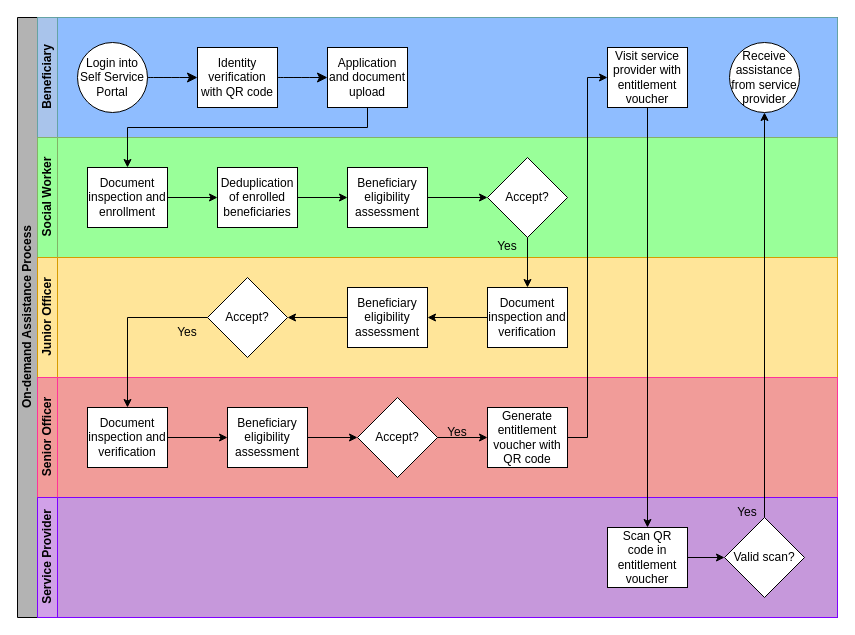
Before: .gitbook/assets/on-demand-assistance.drawio in OpenG2P/openg2p-documentation, a draw.io diagram. Source tidied: cells renumbered, new cells numbered last; positions are measured from the earlier drawing's top-left corner, leaving out a move shared by most shapes. Both pictures are drawn from the tidied source at 100%, with x=0, y=0 at pixel (17, 17).
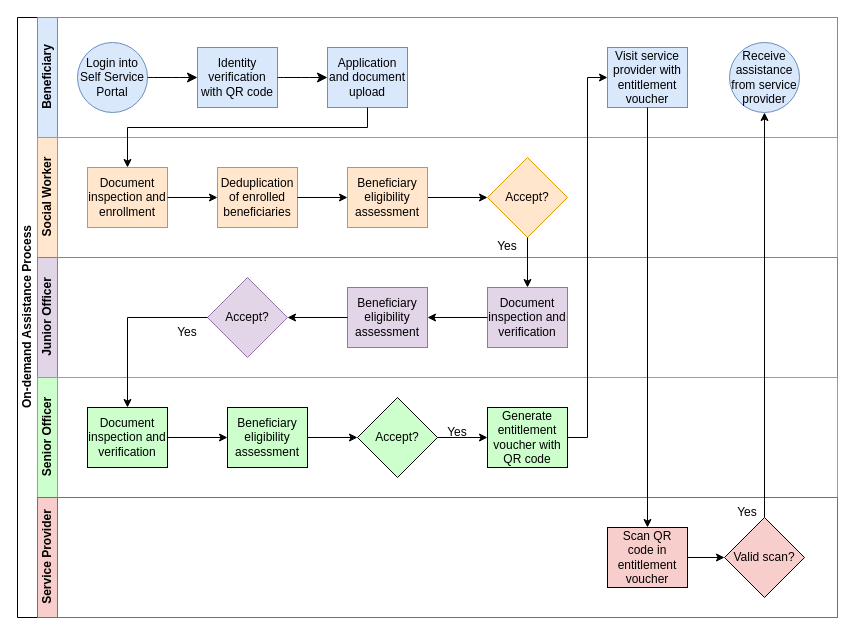
The same diagram, later.

The change refers to these unchanged cells:
```xml
<mxCell id="2" style="group;" parent="1" vertex="1">
  <mxGeometry width="820" height="600" as="geometry" />
</mxCell>
```

Diff of the diagram source:
```diff
@@
-    <mxCell id="3" value="On-demand Assistance Process" style="swimlane;html=1;horizontal=0;startSize=20;fillColor=#B3B3B3;swimlaneFillColor=default;" parent="2" vertex="1">
+    <mxCell id="3" value="On-demand Assistance Process" style="swimlane;html=1;horizontal=0;startSize=20;fillColor=#FFFFFF;swimlaneFillColor=default;" parent="2" vertex="1">
       <mxGeometry width="820" height="600" as="geometry" />
     </mxCell>
-    <mxCell id="4" value="Beneficiary" style="swimlane;html=1;startSize=20;horizontal=0;fillColor=#A9C4EB;strokeColor=#65a3a4;labelBackgroundColor=none;swimlaneFillColor=#8FBDFF;" parent="2" vertex="1">
+    <mxCell id="4" value="Beneficiary" style="swimlane;html=1;startSize=20;horizontal=0;fillColor=#dae8fc;strokeColor=#6c8ebf;labelBackgroundColor=none;swimlaneFillColor=#FFFFFF;" parent="2" vertex="1">
       <mxGeometry x="20" width="800" height="120" as="geometry" />
     </mxCell>
-    <mxCell id="5" value="Social Worker" style="swimlane;html=1;startSize=20;horizontal=0;fillColor=#99FF99;strokeColor=#82B366;swimlaneFillColor=#99FF99;" parent="2" vertex="1">
+    <mxCell id="5" value="Social Worker" style="swimlane;html=1;startSize=20;horizontal=0;fillColor=#ffe6cc;strokeColor=#d79b00;swimlaneFillColor=#FFFFFF;" parent="2" vertex="1">
       <mxGeometry x="20" y="120" width="800" height="120" as="geometry" />
     </mxCell>
-    <mxCell id="6" value="Junior Officer" style="swimlane;html=1;startSize=20;horizontal=0;fillColor=#FFE599;strokeColor=#D79B00;swimlaneFillColor=#FFE599;" parent="2" vertex="1">
+    <mxCell id="6" value="Junior Officer" style="swimlane;html=1;startSize=20;horizontal=0;fillColor=#e1d5e7;strokeColor=#9673a6;swimlaneFillColor=#FFFFFF;" parent="2" vertex="1">
       <mxGeometry x="20" y="240" width="800" height="120" as="geometry" />
     </mxCell>
-    <mxCell id="7" value="Senior Officer" style="swimlane;html=1;startSize=20;horizontal=0;swimlaneFillColor=#F19C99;fillColor=#F19C99;strokeColor=#FF3399;" parent="2" vertex="1">
+    <mxCell id="7" value="Senior Officer" style="swimlane;html=1;startSize=20;horizontal=0;swimlaneFillColor=#FFFFFF;fillColor=#CCFFCC;strokeColor=#82b366;" parent="2" vertex="1">
       <mxGeometry x="20" y="360" width="800" height="120" as="geometry" />
     </mxCell>
-    <mxCell id="8" value="Service Provider" style="swimlane;html=1;startSize=20;horizontal=0;fillColor=#D1A1E8;swimlaneFillColor=#C698DB;strokeColor=#7F00FF;" parent="2" vertex="1">
+    <mxCell id="8" value="Service Provider" style="swimlane;html=1;startSize=20;horizontal=0;fillColor=#F8CECC;swimlaneFillColor=#FFFFFF;strokeColor=#b85450;" parent="2" vertex="1">
       <mxGeometry x="20" y="480" width="800" height="120" as="geometry" />
     </mxCell>
-    <mxCell id="9" value="Login into Self Service Portal" style="ellipse;whiteSpace=wrap;html=1;" parent="2" vertex="1">
+    <mxCell id="9" value="Login into Self Service Portal" style="ellipse;whiteSpace=wrap;html=1;fillColor=#dae8fc;strokeColor=#6c8ebf;" parent="2" vertex="1">
       <mxGeometry x="60" y="25" width="70" height="70" as="geometry" />
     </mxCell>
-    <mxCell id="10" value="Identity verification with QR code" style="rounded=0;whiteSpace=wrap;html=1;fontFamily=Helvetica;fontSize=12;fontColor=#000000;align=center;" parent="2" vertex="1">
+    <mxCell id="10" value="Identity verification with QR code" style="rounded=0;whiteSpace=wrap;html=1;fontFamily=Helvetica;fontSize=12;align=center;fillColor=#dae8fc;strokeColor=#6c8ebf;" parent="2" vertex="1">
       <mxGeometry x="180" y="30" width="80" height="60" as="geometry" />
     </mxCell>
@@
-    <mxCell id="12" value="Application and document upload" style="rounded=0;whiteSpace=wrap;html=1;fontFamily=Helvetica;fontSize=12;fontColor=#000000;align=center;" parent="2" vertex="1">
+    <mxCell id="12" value="Application and document upload" style="rounded=0;whiteSpace=wrap;html=1;fontFamily=Helvetica;fontSize=12;align=center;fillColor=#dae8fc;strokeColor=#6c8ebf;" parent="2" vertex="1">
       <mxGeometry x="310" y="30" width="80" height="60" as="geometry" />
     </mxCell>
@@
-    <mxCell id="14" value="Receive assistance from service provider" style="ellipse;whiteSpace=wrap;html=1;" parent="2" vertex="1">
+    <mxCell id="14" value="Receive assistance from service provider" style="ellipse;whiteSpace=wrap;html=1;fillColor=#dae8fc;strokeColor=#6c8ebf;" parent="2" vertex="1">
       <mxGeometry x="712" y="25" width="70" height="70" as="geometry" />
     </mxCell>
-    <mxCell id="15" value="Visit service provider with entitlement voucher" style="rounded=0;whiteSpace=wrap;html=1;fontFamily=Helvetica;fontSize=12;fontColor=#000000;align=center;" parent="2" vertex="1">
+    <mxCell id="15" value="Visit service provider with entitlement voucher" style="rounded=0;whiteSpace=wrap;html=1;fontFamily=Helvetica;fontSize=12;align=center;fillColor=#dae8fc;strokeColor=#6c8ebf;" parent="2" vertex="1">
       <mxGeometry x="590" y="30" width="80" height="60" as="geometry" />
     </mxCell>
-    <mxCell id="16" value="Document inspection and enrollment" style="rounded=0;whiteSpace=wrap;html=1;fontFamily=Helvetica;fontSize=12;fontColor=#000000;align=center;" parent="2" vertex="1">
+    <mxCell id="16" value="Document inspection and enrollment" style="rounded=0;whiteSpace=wrap;html=1;fontFamily=Helvetica;fontSize=12;align=center;fillColor=#ffe6cc;strokeColor=#d79b00;" parent="2" vertex="1">
       <mxGeometry x="70" y="150" width="80" height="60" as="geometry" />
     </mxCell>
@@
-    <mxCell id="18" value="Accept?" style="rhombus;whiteSpace=wrap;html=1;fontFamily=Helvetica;fontSize=12;fontColor=#000000;align=center;" parent="2" vertex="1">
+    <mxCell id="18" value="Accept?" style="rhombus;whiteSpace=wrap;html=1;fontFamily=Helvetica;fontSize=12;align=center;fillColor=#ffe6cc;strokeColor=#d79b00;" parent="2" vertex="1">
       <mxGeometry x="470" y="140" width="80" height="80" as="geometry" />
     </mxCell>
-    <mxCell id="19" value="Deduplication of enrolled beneficiaries" style="rounded=0;whiteSpace=wrap;html=1;fontFamily=Helvetica;fontSize=12;fontColor=#000000;align=center;" parent="2" vertex="1">
+    <mxCell id="19" value="Deduplication of enrolled beneficiaries" style="rounded=0;whiteSpace=wrap;html=1;fontFamily=Helvetica;fontSize=12;align=center;fillColor=#ffe6cc;strokeColor=#d79b00;" parent="2" vertex="1">
       <mxGeometry x="200" y="150" width="80" height="60" as="geometry" />
     </mxCell>
@@
-    <mxCell id="22" value="Beneficiary eligibility assessment" style="rounded=0;whiteSpace=wrap;html=1;fontFamily=Helvetica;fontSize=12;fontColor=#000000;align=center;" parent="2" vertex="1">
+    <mxCell id="22" value="Beneficiary eligibility assessment" style="rounded=0;whiteSpace=wrap;html=1;fontFamily=Helvetica;fontSize=12;align=center;fillColor=#ffe6cc;strokeColor=#d79b00;" parent="2" vertex="1">
       <mxGeometry x="330" y="150" width="80" height="60" as="geometry" />
     </mxCell>
@@
-    <mxCell id="25" value="Document inspection and verification" style="rounded=0;whiteSpace=wrap;html=1;fontFamily=Helvetica;fontSize=12;fontColor=#000000;align=center;" parent="2" vertex="1">
+    <mxCell id="25" value="Document inspection and verification" style="rounded=0;whiteSpace=wrap;html=1;fontFamily=Helvetica;fontSize=12;align=center;fillColor=#e1d5e7;strokeColor=#9673a6;" parent="2" vertex="1">
       <mxGeometry x="470" y="270" width="80" height="60" as="geometry" />
     </mxCell>
@@
-    <mxCell id="27" value="Beneficiary eligibility assessment" style="rounded=0;whiteSpace=wrap;html=1;fontFamily=Helvetica;fontSize=12;fontColor=#000000;align=center;" parent="2" vertex="1">
+    <mxCell id="27" value="Beneficiary eligibility assessment" style="rounded=0;whiteSpace=wrap;html=1;fontFamily=Helvetica;fontSize=12;align=center;fillColor=#e1d5e7;strokeColor=#9673a6;" parent="2" vertex="1">
       <mxGeometry x="330" y="270" width="80" height="60" as="geometry" />
     </mxCell>
@@
-    <mxCell id="29" value="Accept?" style="rhombus;whiteSpace=wrap;html=1;fontFamily=Helvetica;fontSize=12;fontColor=#000000;align=center;" parent="2" vertex="1">
+    <mxCell id="29" value="Accept?" style="rhombus;whiteSpace=wrap;html=1;fontFamily=Helvetica;fontSize=12;align=center;fillColor=#e1d5e7;strokeColor=#9673a6;" parent="2" vertex="1">
       <mxGeometry x="190" y="260" width="80" height="80" as="geometry" />
     </mxCell>
@@
-    <mxCell id="32" value="Document inspection and verification" style="rounded=0;whiteSpace=wrap;html=1;fontFamily=Helvetica;fontSize=12;fontColor=#000000;align=center;" parent="2" vertex="1">
+    <mxCell id="32" value="Document inspection and verification" style="rounded=0;whiteSpace=wrap;html=1;fontFamily=Helvetica;fontSize=12;fontColor=#000000;align=center;fillColor=#CCFFCC;" parent="2" vertex="1">
       <mxGeometry x="70" y="390" width="80" height="60" as="geometry" />
     </mxCell>
@@
-    <mxCell id="34" value="Beneficiary eligibility assessment" style="rounded=0;whiteSpace=wrap;html=1;fontFamily=Helvetica;fontSize=12;fontColor=#000000;align=center;" parent="2" vertex="1">
+    <mxCell id="34" value="Beneficiary eligibility assessment" style="rounded=0;whiteSpace=wrap;html=1;fontFamily=Helvetica;fontSize=12;fontColor=#000000;align=center;fillColor=#CCFFCC;" parent="2" vertex="1">
       <mxGeometry x="210" y="390" width="80" height="60" as="geometry" />
     </mxCell>
@@
-    <mxCell id="36" value="Accept?" style="rhombus;whiteSpace=wrap;html=1;fontFamily=Helvetica;fontSize=12;fontColor=#000000;align=center;" parent="2" vertex="1">
+    <mxCell id="36" value="Accept?" style="rhombus;whiteSpace=wrap;html=1;fontFamily=Helvetica;fontSize=12;fontColor=#000000;align=center;fillColor=#CCFFCC;" parent="2" vertex="1">
       <mxGeometry x="340" y="380" width="80" height="80" as="geometry" />
     </mxCell>
@@
-    <mxCell id="38" value="Generate entitlement voucher with QR code" style="rounded=0;whiteSpace=wrap;html=1;fontFamily=Helvetica;fontSize=12;fontColor=#000000;align=center;" parent="2" vertex="1">
+    <mxCell id="38" value="Generate entitlement voucher with QR code" style="rounded=0;whiteSpace=wrap;html=1;fontFamily=Helvetica;fontSize=12;fontColor=#000000;align=center;fillColor=#CCFFCC;" parent="2" vertex="1">
       <mxGeometry x="470" y="390" width="80" height="60" as="geometry" />
     </mxCell>
@@
-    <mxCell id="42" value="Scan QR code in entitlement voucher" style="rounded=0;whiteSpace=wrap;html=1;fontFamily=Helvetica;fontSize=12;fontColor=#000000;align=center;" parent="2" vertex="1">
+    <mxCell id="42" value="Scan QR code in entitlement voucher" style="rounded=0;whiteSpace=wrap;html=1;fontFamily=Helvetica;fontSize=12;fontColor=#000000;align=center;fillColor=#F8CECC;" parent="2" vertex="1">
       <mxGeometry x="590" y="510" width="80" height="60" as="geometry" />
     </mxCell>
@@
-    <mxCell id="44" value="Valid scan?" style="rhombus;whiteSpace=wrap;html=1;fontFamily=Helvetica;fontSize=12;fontColor=#000000;align=center;" parent="2" vertex="1">
+    <mxCell id="44" value="Valid scan?" style="rhombus;whiteSpace=wrap;html=1;fontFamily=Helvetica;fontSize=12;fontColor=#000000;align=center;fillColor=#F8CECC;" parent="2" vertex="1">
       <mxGeometry x="707" y="500" width="80" height="80" as="geometry" />
     </mxCell>
```
